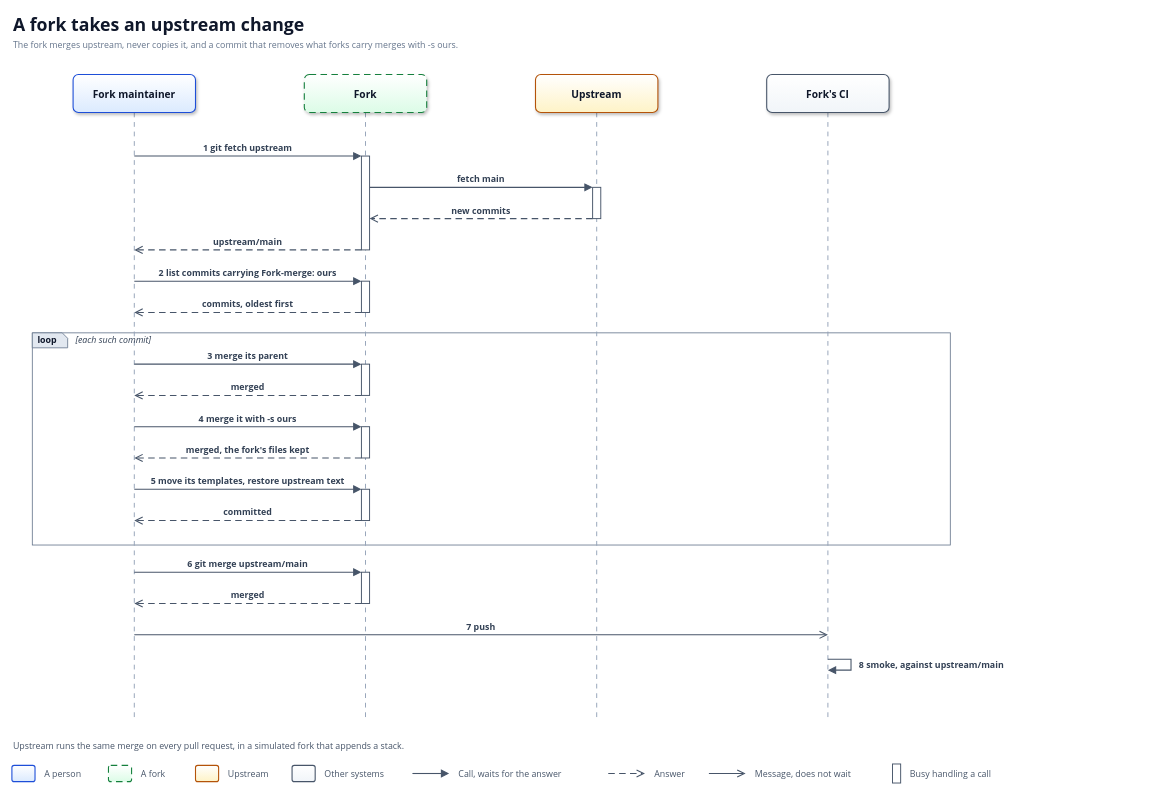
This is docs/diagrams/runtime-fork-sync.drawio from solid-ai-dev/solid-ai-templates, a draw.io file, before an edit. Source tidied: cells renumbered, new cells numbered last; positions are measured from the earlier drawing's top-left corner, leaving out a move shared by most shapes. Both pictures are drawn from the tidied source at 68%, with x=0, y=0 at pixel (12, 12).
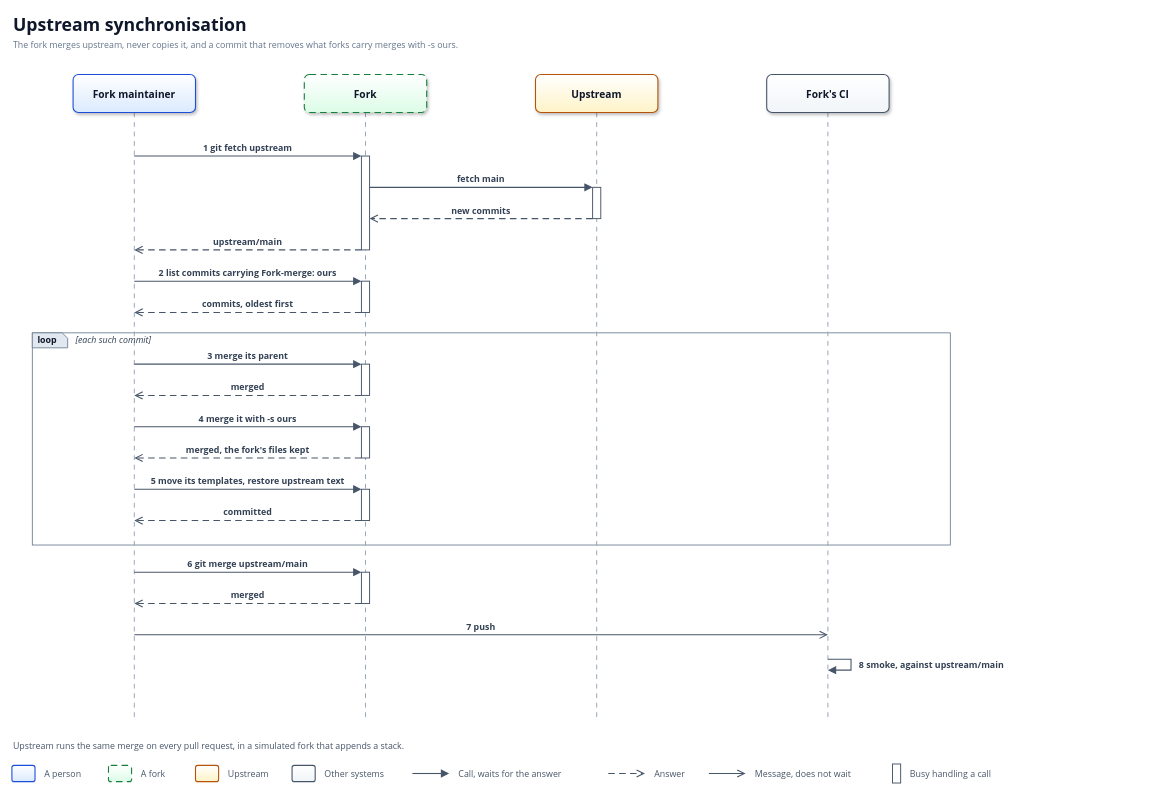
The same diagram, later.

Change to the diagram source:
```diff
@@
-    <mxCell id="7" value="A fork takes an upstream change" style="text;html=1;whiteSpace=wrap;strokeColor=none;fillColor=none;align=left;verticalAlign=middle;fontFamily=Segoe UI;fontSize=26;fontColor=#0F172A;fontStyle=1;" parent="1" vertex="1">
+    <mxCell id="7" value="Upstream synchronisation" style="text;html=1;whiteSpace=wrap;strokeColor=none;fillColor=none;align=left;verticalAlign=middle;fontFamily=Segoe UI;fontSize=26;fontColor=#0F172A;fontStyle=1;" parent="1" vertex="1">
       <mxGeometry width="1380" height="36" as="geometry" />
     </mxCell>
```
